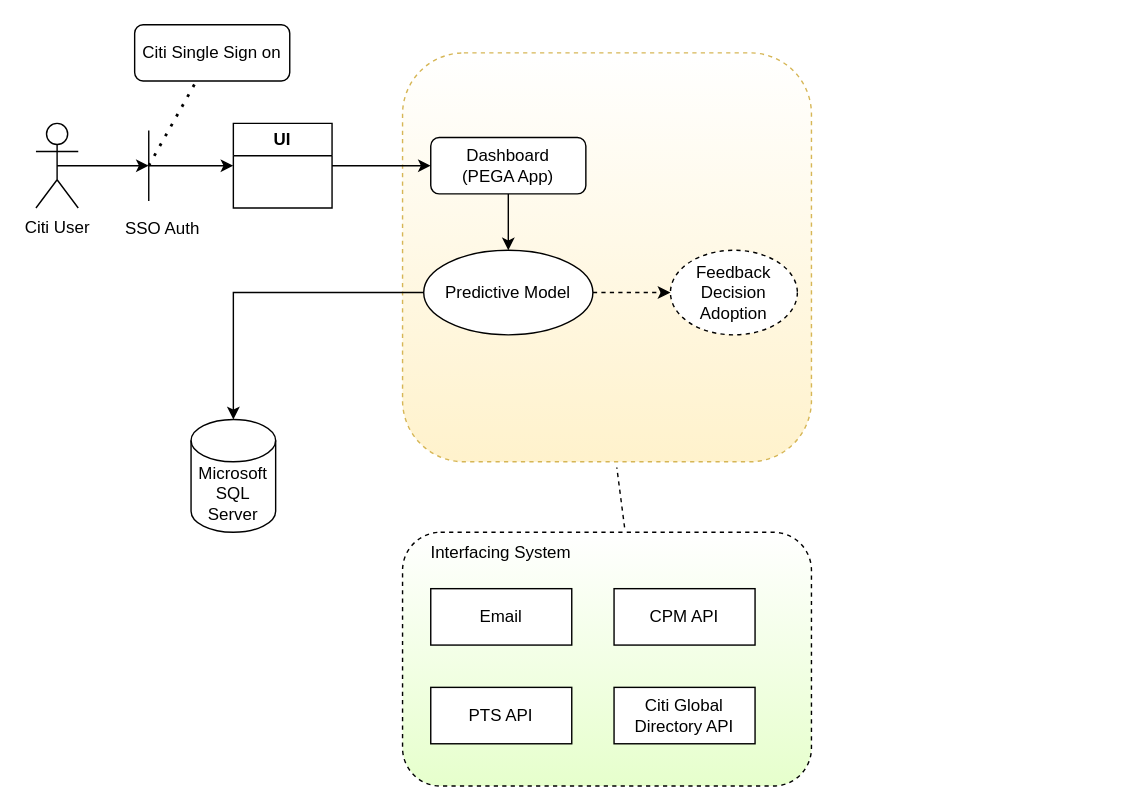
Above: public/Untitled Diagram.drawio in boddu-mounika/form-data (draw.io), before the change. Source tidied: cells renumbered, new cells numbered last; positions are measured from the earlier drawing's top-left corner, leaving out a move shared by most shapes. Both pictures are drawn from the tidied source at 141%, with x=0, y=0 at pixel (35, 24).
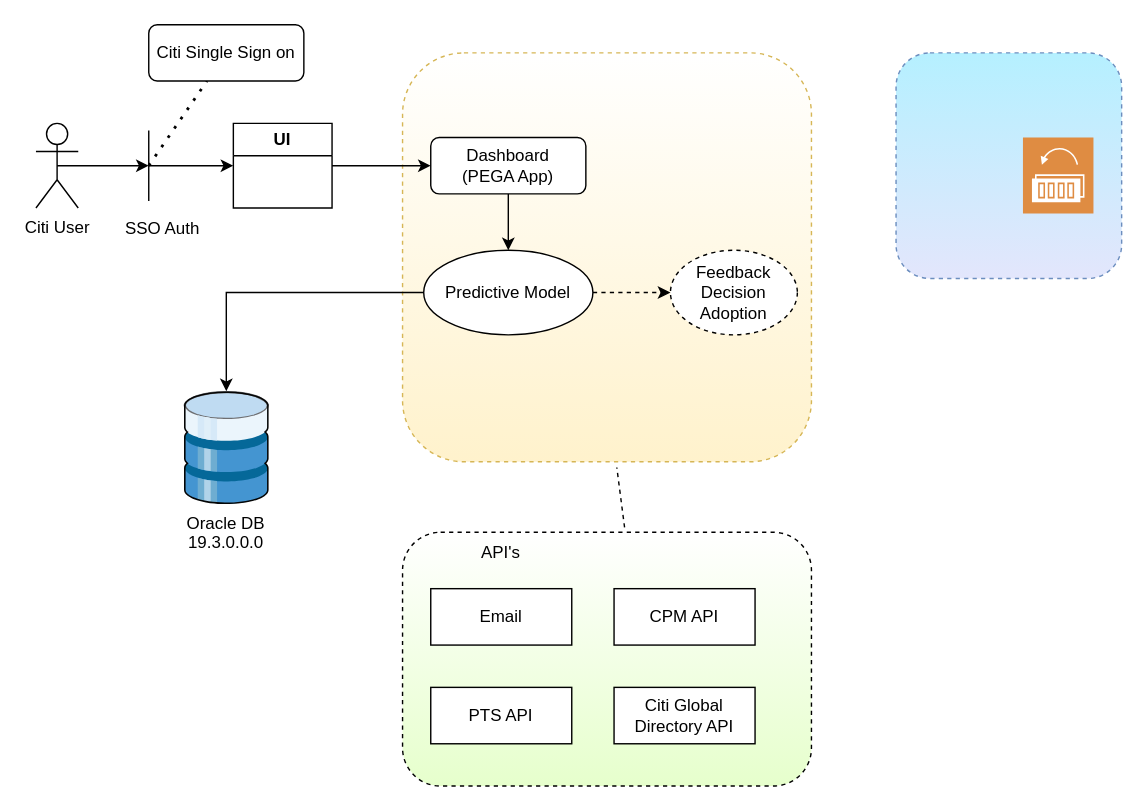
The same diagram, later.

What changed in the source:
```diff
@@
     <mxCell id="8" value="Citi Single Sign on" style="rounded=1;whiteSpace=wrap;html=1;" parent="1" vertex="1">
-      <mxGeometry x="70" width="110" height="40" as="geometry" />
+      <mxGeometry x="80" width="110" height="40" as="geometry" />
     </mxCell>
@@
-    <mxCell id="20" value="Interfacing System" style="text;html=1;align=center;verticalAlign=middle;whiteSpace=wrap;rounded=0;" parent="1" vertex="1">
+    <mxCell id="20" value="API's" style="text;html=1;align=center;verticalAlign=middle;whiteSpace=wrap;rounded=0;" parent="1" vertex="1">
       <mxGeometry x="270" y="360" width="120" height="30" as="geometry" />
     </mxCell>
@@
-    <mxCell id="26" value="Microsoft SQL Server" style="shape=cylinder3;whiteSpace=wrap;html=1;boundedLbl=1;backgroundOutline=1;size=15;" parent="1" vertex="1">
-      <mxGeometry x="110" y="280" width="60" height="80" as="geometry" />
+    <mxCell id="26" value="Oracle DB 19.3.0.0.0" style="shape=mxgraph.veeam.3d.medium_datastore;whiteSpace=wrap;html=1;boundedLbl=1;backgroundOutline=1;size=15;sketch=0;shadow=0;dashed=0;labelPosition=center;verticalLabelPosition=bottom;verticalAlign=top;outlineConnect=0;" parent="1" vertex="1">
+      <mxGeometry x="105" y="260" width="60" height="80" as="geometry" />
     </mxCell>
+    <mxCell id="27" style="whiteSpace=wrap;html=1;rounded=1;dashed=1;fillColor=#E3E6FC;strokeColor=#6c8ebf;gradientDirection=north;gradientColor=#B5F0FF;" parent="1" vertex="1">
+      <mxGeometry x="610" y="20" width="160" height="160" as="geometry" />
+    </mxCell>
+    <mxCell id="28" style="sketch=0;shadow=0;dashed=0;html=1;strokeColor=none;fillColor=#DF8C42;labelPosition=center;verticalLabelPosition=bottom;verticalAlign=top;align=center;shape=mxgraph.veeam2.backup_from_storage_snapshots;" parent="1" vertex="1">
+      <mxGeometry x="700" y="80" width="50" height="54" as="geometry" />
+    </mxCell>
```
